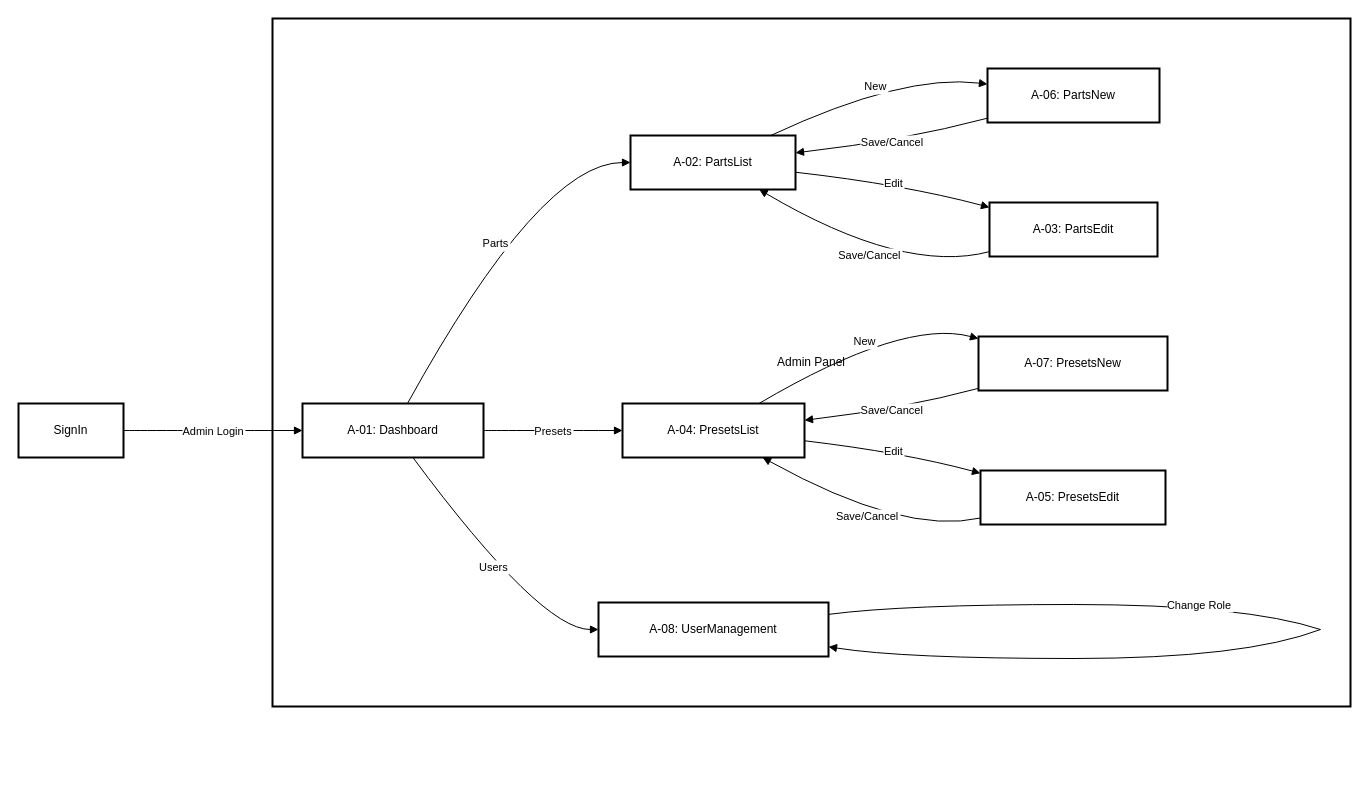
The draw.io diagram docs/diagrams/admin-screen-flow.drawio in kosei-w90607/RigLab, before the edit. Source tidied: cells renumbered, new cells numbered last; positions are measured from the earlier drawing's top-left corner, leaving out a move shared by most shapes. Both pictures are drawn from the tidied source at 100%, with x=0, y=0 at pixel (18, 18).
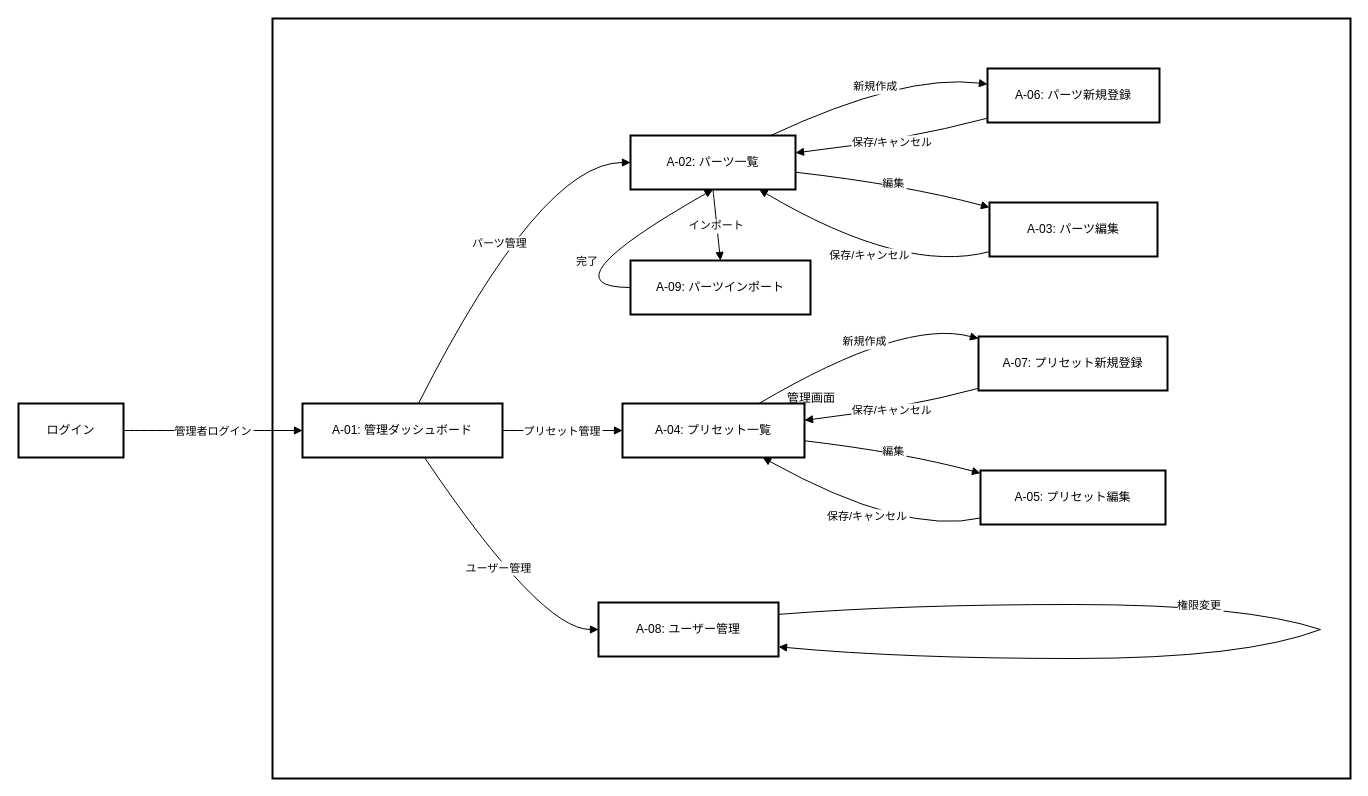
After the change.

The change refers to these unchanged cells:
```xml
<mxCell id="12" style="whiteSpace=wrap;strokeWidth=2;" parent="1" vertex="1">
  <mxGeometry x="1055" y="586" as="geometry" />
</mxCell>
<mxCell id="13" style="whiteSpace=wrap;strokeWidth=2;" parent="1" vertex="1">
  <mxGeometry x="1302" y="611" as="geometry" />
</mxCell>
```

What changed in the source:
```diff
@@
-    <mxCell id="2" value="Admin Panel" style="whiteSpace=wrap;strokeWidth=2;" parent="1" vertex="1">
-      <mxGeometry x="254" width="1078" height="688" as="geometry" />
+    <mxCell id="2" value="管理画面" style="whiteSpace=wrap;strokeWidth=2;" parent="1" vertex="1">
+      <mxGeometry x="254" width="1078" height="760" as="geometry" />
     </mxCell>
-    <mxCell id="3" value="SignIn" style="whiteSpace=wrap;strokeWidth=2;" parent="1" vertex="1">
+    <mxCell id="3" value="ログイン" style="whiteSpace=wrap;strokeWidth=2;" parent="1" vertex="1">
       <mxGeometry y="385" width="105" height="54" as="geometry" />
     </mxCell>
-    <mxCell id="4" value="A-01: Dashboard" style="whiteSpace=wrap;strokeWidth=2;" parent="1" vertex="1">
-      <mxGeometry x="284" y="385" width="181" height="54" as="geometry" />
+    <mxCell id="4" value="A-01: 管理ダッシュボード" style="whiteSpace=wrap;strokeWidth=2;" parent="1" vertex="1">
+      <mxGeometry x="284" y="385" width="200" height="54" as="geometry" />
     </mxCell>
-    <mxCell id="5" value="A-02: PartsList" style="whiteSpace=wrap;strokeWidth=2;" parent="1" vertex="1">
+    <mxCell id="5" value="A-02: パーツ一覧" style="whiteSpace=wrap;strokeWidth=2;" parent="1" vertex="1">
       <mxGeometry x="612" y="117" width="165" height="54" as="geometry" />
     </mxCell>
-    <mxCell id="6" value="A-06: PartsNew" style="whiteSpace=wrap;strokeWidth=2;" parent="1" vertex="1">
+    <mxCell id="6" value="A-06: パーツ新規登録" style="whiteSpace=wrap;strokeWidth=2;" parent="1" vertex="1">
       <mxGeometry x="969" y="50" width="172" height="54" as="geometry" />
     </mxCell>
-    <mxCell id="7" value="A-03: PartsEdit" style="whiteSpace=wrap;strokeWidth=2;" parent="1" vertex="1">
+    <mxCell id="7" value="A-03: パーツ編集" style="whiteSpace=wrap;strokeWidth=2;" parent="1" vertex="1">
       <mxGeometry x="971" y="184" width="168" height="54" as="geometry" />
     </mxCell>
-    <mxCell id="8" value="A-04: PresetsList" style="whiteSpace=wrap;strokeWidth=2;" parent="1" vertex="1">
+    <mxCell id="8" value="A-04: プリセット一覧" style="whiteSpace=wrap;strokeWidth=2;" parent="1" vertex="1">
       <mxGeometry x="604" y="385" width="182" height="54" as="geometry" />
     </mxCell>
-    <mxCell id="9" value="A-07: PresetsNew" style="whiteSpace=wrap;strokeWidth=2;" parent="1" vertex="1">
+    <mxCell id="9" value="A-07: プリセット新規登録" style="whiteSpace=wrap;strokeWidth=2;" parent="1" vertex="1">
       <mxGeometry x="960" y="318" width="189" height="54" as="geometry" />
     </mxCell>
-    <mxCell id="10" value="A-05: PresetsEdit" style="whiteSpace=wrap;strokeWidth=2;" parent="1" vertex="1">
+    <mxCell id="10" value="A-05: プリセット編集" style="whiteSpace=wrap;strokeWidth=2;" parent="1" vertex="1">
       <mxGeometry x="962" y="452" width="185" height="54" as="geometry" />
     </mxCell>
-    <mxCell id="11" value="A-08: UserManagement" style="whiteSpace=wrap;strokeWidth=2;" parent="1" vertex="1">
-      <mxGeometry x="580" y="584" width="230" height="54" as="geometry" />
+    <mxCell id="11" value="A-08: ユーザー管理" style="whiteSpace=wrap;strokeWidth=2;" parent="1" vertex="1">
+      <mxGeometry x="580" y="584" width="180" height="54" as="geometry" />
     </mxCell>
@@
-    <mxCell id="14" value="Admin Login" style="curved=1;startArrow=none;endArrow=block;exitX=1;exitY=0.5;entryX=0;entryY=0.5;" parent="1" edge="1" source="3" target="4">
+    <mxCell id="14" value="管理者ログイン" style="curved=1;startArrow=none;endArrow=block;exitX=1;exitY=0.5;entryX=0;entryY=0.5;" parent="1" edge="1" source="3" target="4">
       <mxGeometry relative="1" as="geometry" />
     </mxCell>
-    <mxCell id="15" value="Parts" style="curved=1;startArrow=none;endArrow=block;exitX=0.58;exitY=0;entryX=0;entryY=0.5;" parent="1" edge="1" source="4" target="5">
+    <mxCell id="15" value="パーツ管理" style="curved=1;startArrow=none;endArrow=block;exitX=0.58;exitY=0;entryX=0;entryY=0.5;" parent="1" edge="1" source="4" target="5">
       <mxGeometry relative="1" as="geometry">
         <Array as="points">
           <mxPoint x="522" y="144" />
         </Array>
       </mxGeometry>
     </mxCell>
-    <mxCell id="16" value="Presets" style="curved=1;startArrow=none;endArrow=block;exitX=1;exitY=0.5;entryX=0;entryY=0.5;" parent="1" edge="1" source="4" target="8">
+    <mxCell id="16" value="プリセット管理" style="curved=1;startArrow=none;endArrow=block;exitX=1;exitY=0.5;entryX=0;entryY=0.5;" parent="1" edge="1" source="4" target="8">
       <mxGeometry relative="1" as="geometry" />
     </mxCell>
-    <mxCell id="17" value="Users" style="curved=1;startArrow=none;endArrow=block;exitX=0.61;exitY=1;entryX=0;entryY=0.5;" parent="1" edge="1" source="4" target="11">
+    <mxCell id="17" value="ユーザー管理" style="curved=1;startArrow=none;endArrow=block;exitX=0.61;exitY=1;entryX=0;entryY=0.5;" parent="1" edge="1" source="4" target="11">
       <mxGeometry relative="1" as="geometry">
         <Array as="points">
           <mxPoint x="522" y="611" />
         </Array>
       </mxGeometry>
     </mxCell>
-    <mxCell id="18" value="New" style="curved=1;startArrow=none;endArrow=block;exitX=0.85;exitY=0;entryX=0;entryY=0.29;" parent="1" edge="1" source="5" target="6">
+    <mxCell id="18" value="新規作成" style="curved=1;startArrow=none;endArrow=block;exitX=0.85;exitY=0;entryX=0;entryY=0.29;" parent="1" edge="1" source="5" target="6">
       <mxGeometry relative="1" as="geometry">
         <Array as="points">
           <mxPoint x="885" y="55" />
         </Array>
       </mxGeometry>
     </mxCell>
-    <mxCell id="19" value="Edit" style="curved=1;startArrow=none;endArrow=block;exitX=1;exitY=0.68;entryX=0;entryY=0.09;" parent="1" edge="1" source="5" target="7">
+    <mxCell id="19" value="編集" style="curved=1;startArrow=none;endArrow=block;exitX=1;exitY=0.68;entryX=0;entryY=0.09;" parent="1" edge="1" source="5" target="7">
       <mxGeometry relative="1" as="geometry">
         <Array as="points">
           <mxPoint x="885" y="166" />
         </Array>
       </mxGeometry>
     </mxCell>
-    <mxCell id="20" value="Save/Cancel" style="curved=1;startArrow=none;endArrow=block;exitX=0;exitY=0.92;entryX=1;entryY=0.32;" parent="1" edge="1" source="6" target="5">
+    <mxCell id="20" value="保存/キャンセル" style="curved=1;startArrow=none;endArrow=block;exitX=0;exitY=0.92;entryX=1;entryY=0.32;" parent="1" edge="1" source="6" target="5">
       <mxGeometry relative="1" as="geometry">
         <Array as="points">
           <mxPoint x="885" y="122" />
         </Array>
       </mxGeometry>
     </mxCell>
-    <mxCell id="21" value="Save/Cancel" style="curved=1;startArrow=none;endArrow=block;exitX=0;exitY=0.91;entryX=0.78;entryY=1;" parent="1" edge="1" source="7" target="5">
+    <mxCell id="21" value="保存/キャンセル" style="curved=1;startArrow=none;endArrow=block;exitX=0;exitY=0.91;entryX=0.78;entryY=1;" parent="1" edge="1" source="7" target="5">
       <mxGeometry relative="1" as="geometry">
         <Array as="points">
           <mxPoint x="885" y="256" />
         </Array>
       </mxGeometry>
     </mxCell>
-    <mxCell id="22" value="New" style="curved=1;startArrow=none;endArrow=block;exitX=0.75;exitY=0;entryX=0;entryY=0.04;" parent="1" edge="1" source="8" target="9">
+    <mxCell id="22" value="新規作成" style="curved=1;startArrow=none;endArrow=block;exitX=0.75;exitY=0;entryX=0;entryY=0.04;" parent="1" edge="1" source="8" target="9">
       <mxGeometry relative="1" as="geometry">
         <Array as="points">
           <mxPoint x="885" y="300" />
         </Array>
       </mxGeometry>
     </mxCell>
-    <mxCell id="23" value="Edit" style="curved=1;startArrow=none;endArrow=block;exitX=1;exitY=0.69;entryX=0;entryY=0.05;" parent="1" edge="1" source="8" target="10">
+    <mxCell id="23" value="編集" style="curved=1;startArrow=none;endArrow=block;exitX=1;exitY=0.69;entryX=0;entryY=0.05;" parent="1" edge="1" source="8" target="10">
       <mxGeometry relative="1" as="geometry">
         <Array as="points">
           <mxPoint x="885" y="434" />
         </Array>
       </mxGeometry>
     </mxCell>
-    <mxCell id="24" value="Save/Cancel" style="curved=1;startArrow=none;endArrow=block;exitX=0;exitY=0.96;entryX=1;entryY=0.31;" parent="1" edge="1" source="9" target="8">
+    <mxCell id="24" value="保存/キャンセル" style="curved=1;startArrow=none;endArrow=block;exitX=0;exitY=0.96;entryX=1;entryY=0.31;" parent="1" edge="1" source="9" target="8">
       <mxGeometry relative="1" as="geometry">
         <Array as="points">
           <mxPoint x="885" y="390" />
         </Array>
       </mxGeometry>
     </mxCell>
-    <mxCell id="25" value="Save/Cancel" style="curved=1;startArrow=none;endArrow=block;exitX=0;exitY=0.88;entryX=0.77;entryY=1;" parent="1" edge="1" source="10" target="8">
+    <mxCell id="25" value="保存/キャンセル" style="curved=1;startArrow=none;endArrow=block;exitX=0;exitY=0.88;entryX=0.77;entryY=1;" parent="1" edge="1" source="10" target="8">
       <mxGeometry relative="1" as="geometry">
         <Array as="points">
           <mxPoint x="885" y="517" />
         </Array>
       </mxGeometry>
     </mxCell>
@@
-    <mxCell id="27" value="Change Role" style="curved=1;startArrow=none;endArrow=none;exitX=-Infinity;exitY=Infinity;entryX=Infinity;entryY=Infinity;" parent="1" edge="1" source="12" target="13">
+    <mxCell id="27" value="権限変更" style="curved=1;startArrow=none;endArrow=none;exitX=-Infinity;exitY=Infinity;entryX=Infinity;entryY=Infinity;" parent="1" edge="1" source="12" target="13">
       <mxGeometry relative="1" as="geometry">
         <Array as="points">
           <mxPoint x="1226" y="586" />
         </Array>
       </mxGeometry>
     </mxCell>
@@
+    <mxCell id="29" value="A-09: パーツインポート" style="whiteSpace=wrap;strokeWidth=2;" parent="1" vertex="1">
+      <mxGeometry x="612" y="242" width="180" height="54" as="geometry" />
+    </mxCell>
+    <mxCell id="30" value="インポート" style="curved=1;startArrow=none;endArrow=block;exitX=0.5;exitY=1;entryX=0.5;entryY=0;" parent="1" edge="1" source="5" target="29">
+      <mxGeometry relative="1" as="geometry" />
+    </mxCell>
+    <mxCell id="31" value="完了" style="curved=1;startArrow=none;endArrow=block;exitX=0;exitY=0.5;entryX=0.5;entryY=1;" parent="1" edge="1" source="29" target="5">
+      <mxGeometry relative="1" as="geometry">
+        <Array as="points">
+          <mxPoint x="522" y="269" />
+        </Array>
+      </mxGeometry>
+    </mxCell>
```
